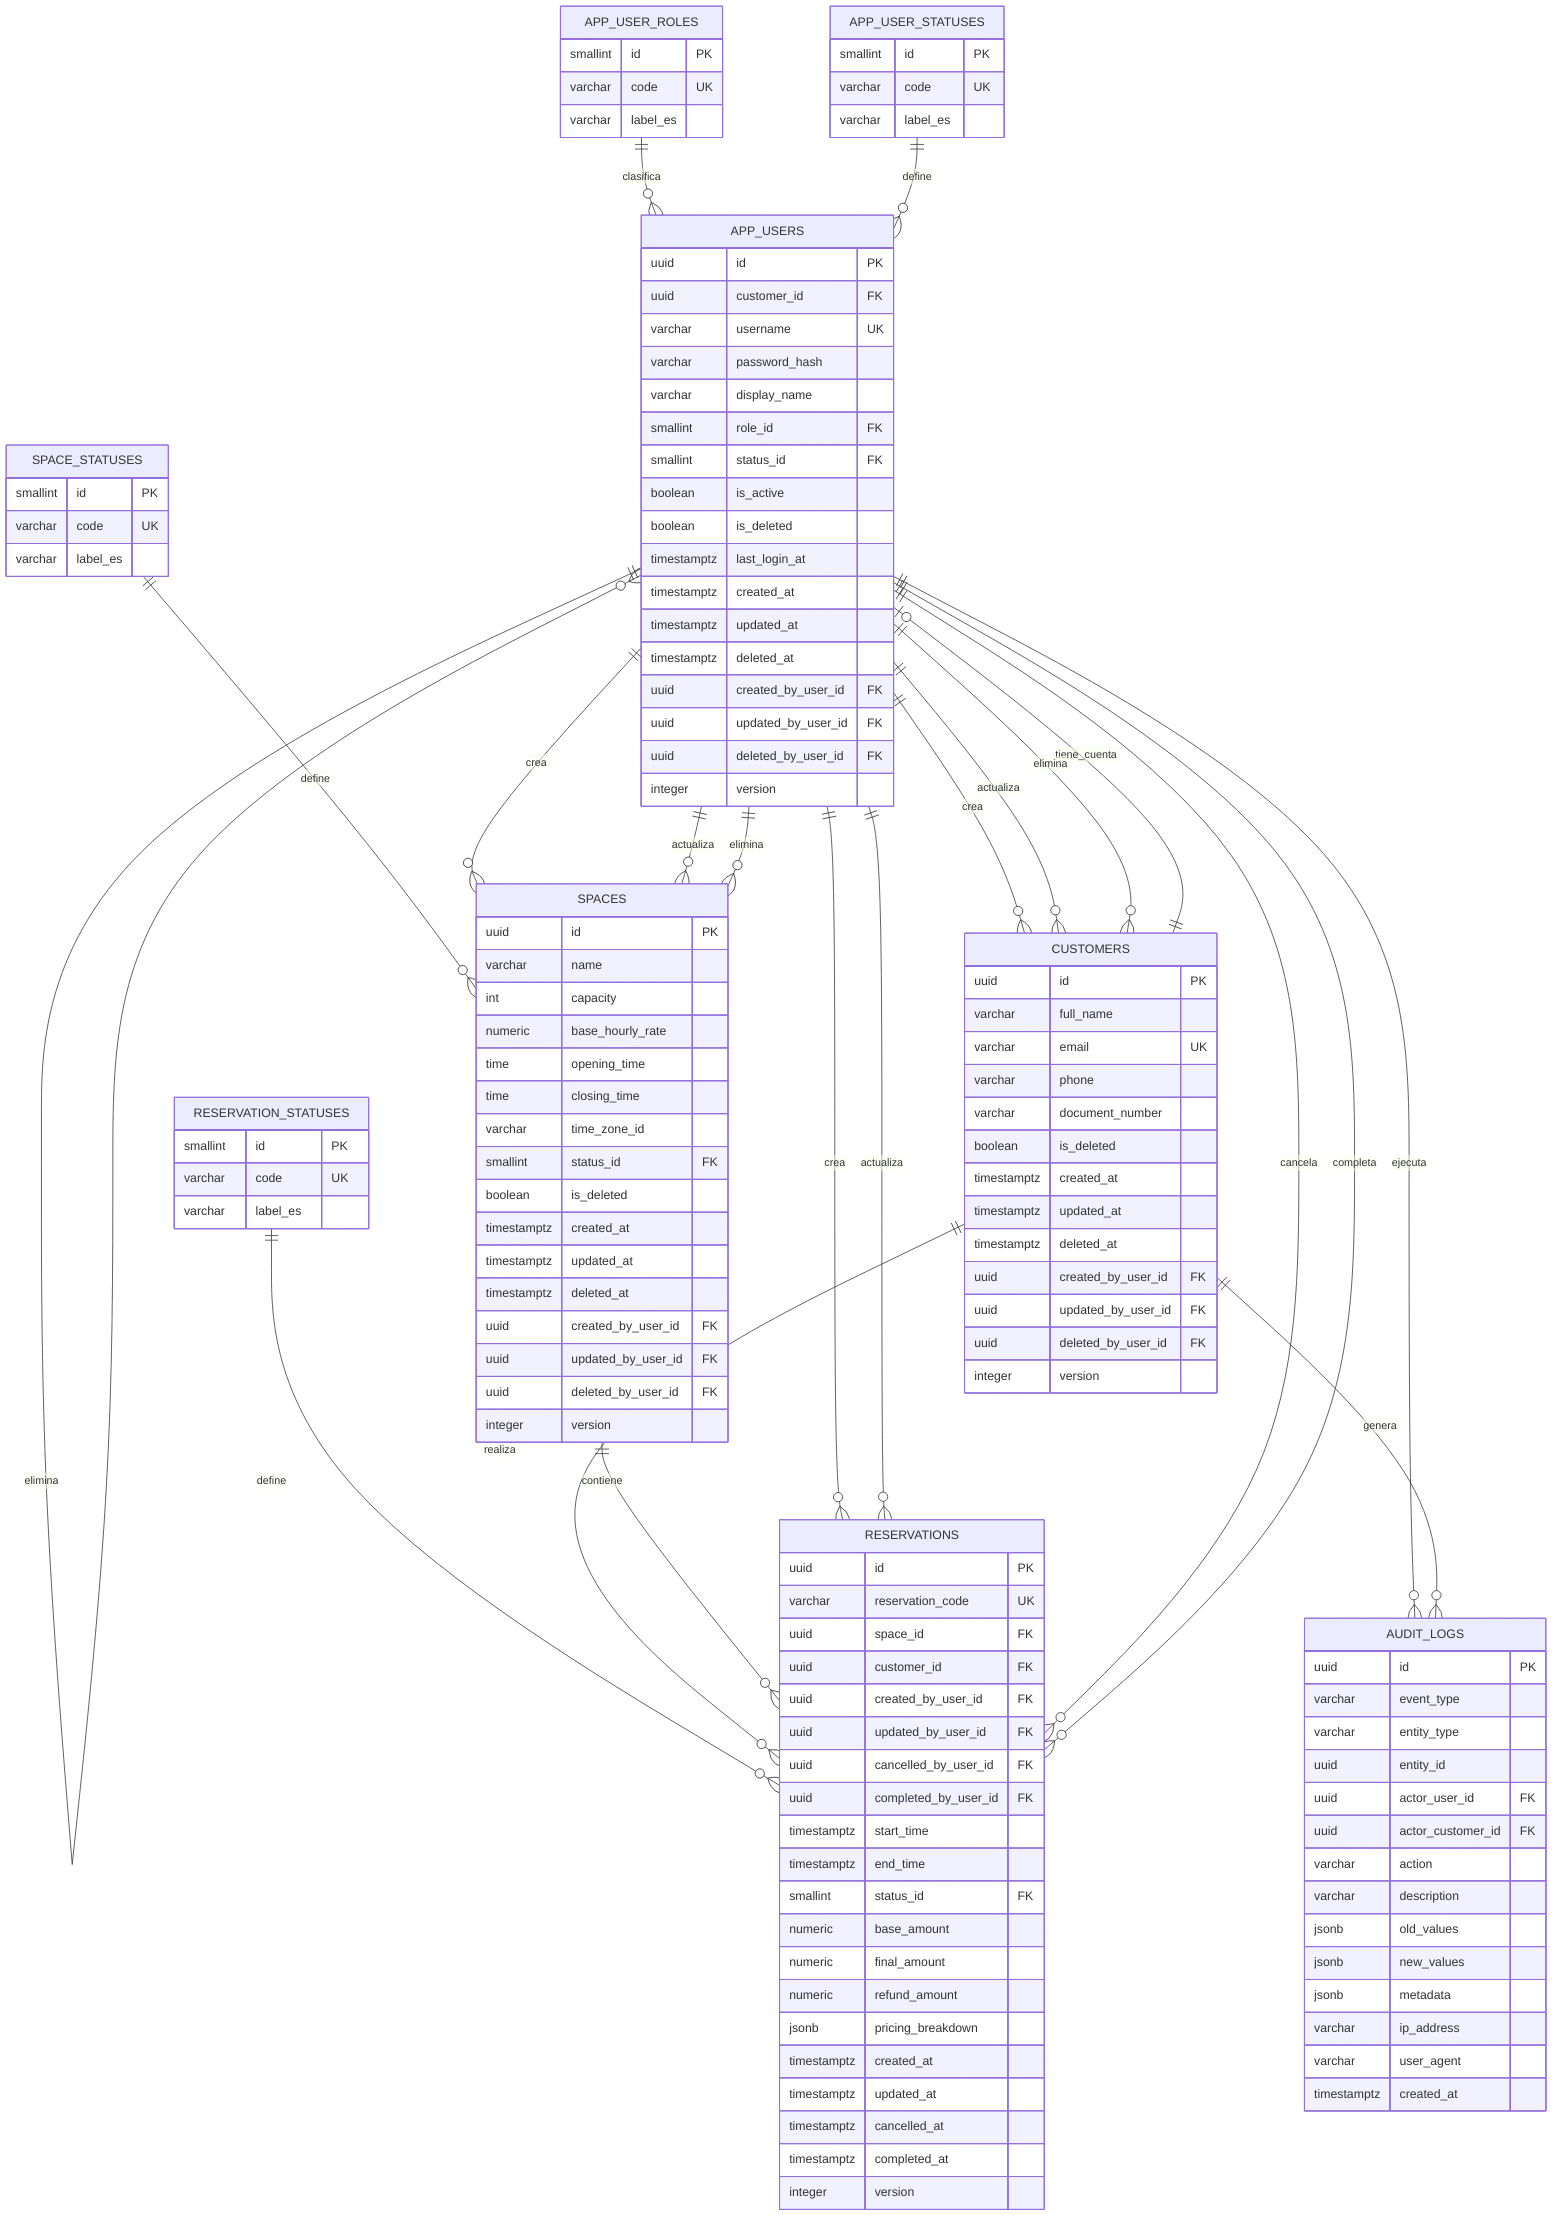
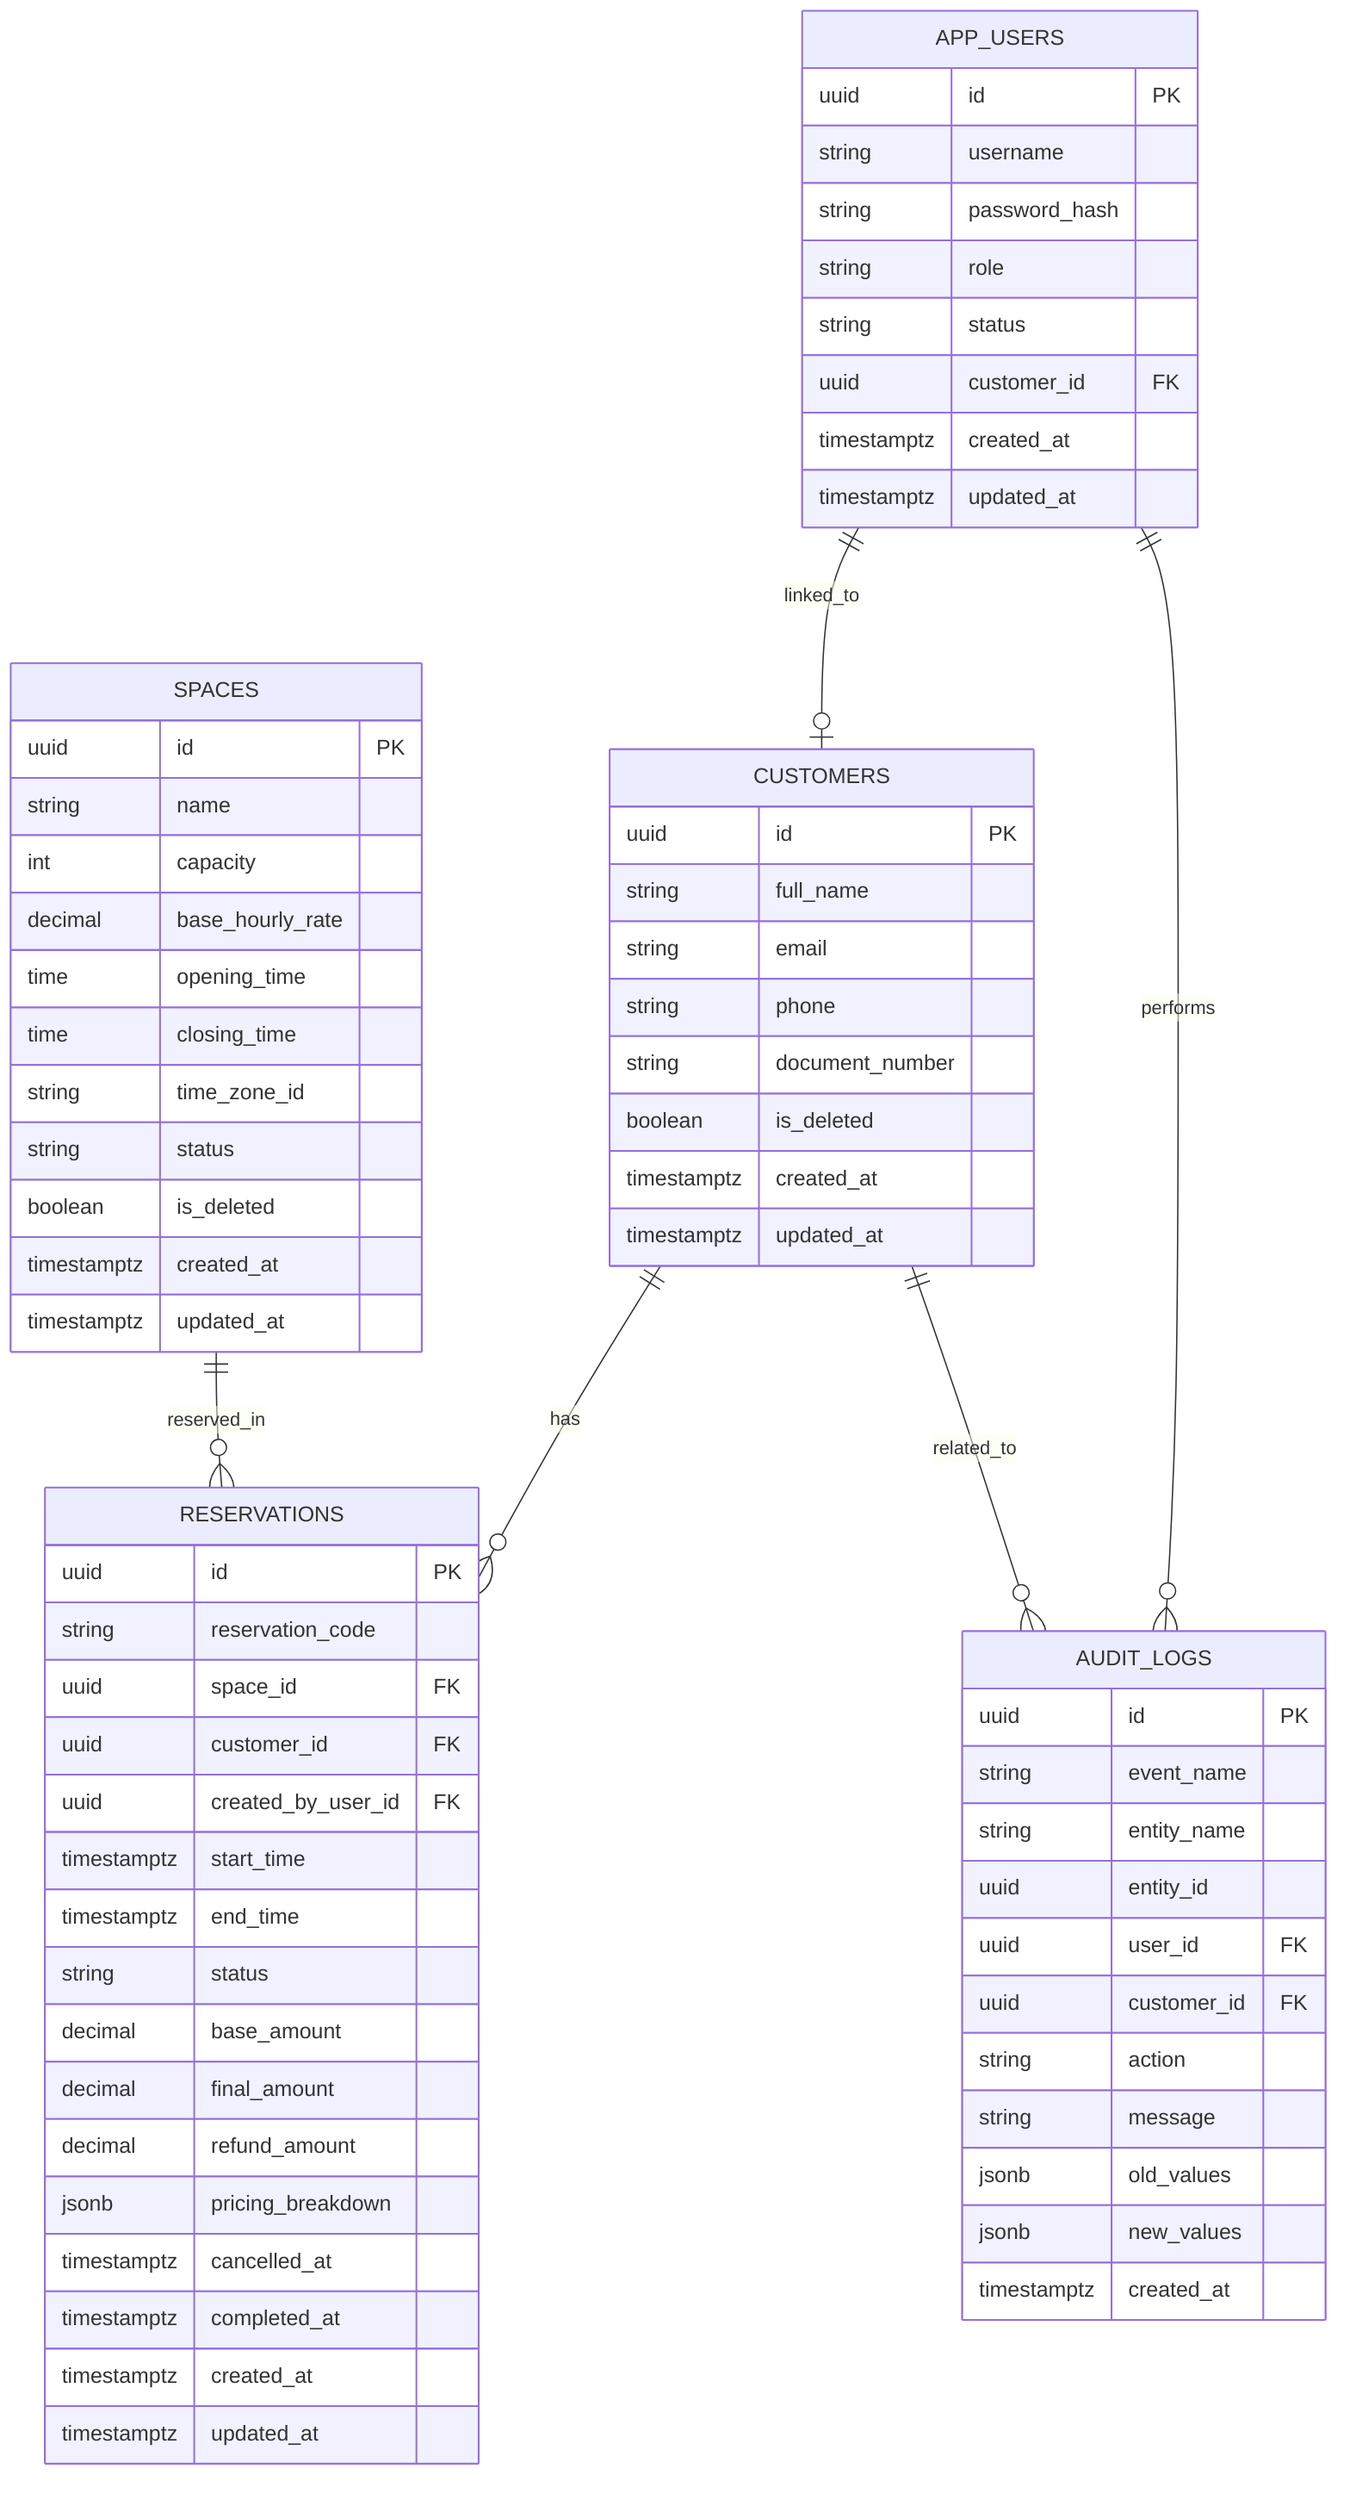
erDiagram
-     APP_USER_ROLES {
-         smallint id PK
-         varchar code UK
-         varchar label_es
-     }
- 
-     APP_USER_STATUSES {
-         smallint id PK
-         varchar code UK
-         varchar label_es
-     }
- 
-     SPACE_STATUSES {
-         smallint id PK
-         varchar code UK
-         varchar label_es
-     }
- 
-     RESERVATION_STATUSES {
-         smallint id PK
-         varchar code UK
-         varchar label_es
-     }
+     APP_USERS ||--o| CUSTOMERS : "linked_to"
+     CUSTOMERS ||--o{ RESERVATIONS : "has"
+     SPACES ||--o{ RESERVATIONS : "reserved_in"
+     APP_USERS ||--o{ AUDIT_LOGS : "performs"
+     CUSTOMERS ||--o{ AUDIT_LOGS : "related_to"

    APP_USERS {
        uuid id PK
+         string username
+         string password_hash
+         string role
+         string status
        uuid customer_id FK
-         varchar username UK
-         varchar password_hash
-         varchar display_name
-         smallint role_id FK
-         smallint status_id FK
-         boolean is_active
-         boolean is_deleted
-         timestamptz last_login_at
        timestamptz created_at
        timestamptz updated_at
-         timestamptz deleted_at
-         uuid created_by_user_id FK
-         uuid updated_by_user_id FK
-         uuid deleted_by_user_id FK
-         integer version
    }

    CUSTOMERS {
        uuid id PK
-         varchar full_name
-         varchar email UK
-         varchar phone
-         varchar document_number
+         string full_name
+         string email
+         string phone
+         string document_number
        boolean is_deleted
        timestamptz created_at
        timestamptz updated_at
-         timestamptz deleted_at
-         uuid created_by_user_id FK
-         uuid updated_by_user_id FK
-         uuid deleted_by_user_id FK
-         integer version
    }

    SPACES {
        uuid id PK
-         varchar name
+         string name
        int capacity
-         numeric base_hourly_rate
+         decimal base_hourly_rate
        time opening_time
        time closing_time
-         varchar time_zone_id
-         smallint status_id FK
+         string time_zone_id
+         string status
        boolean is_deleted
        timestamptz created_at
        timestamptz updated_at
-         timestamptz deleted_at
-         uuid created_by_user_id FK
-         uuid updated_by_user_id FK
-         uuid deleted_by_user_id FK
-         integer version
    }

    RESERVATIONS {
        uuid id PK
-         varchar reservation_code UK
+         string reservation_code
        uuid space_id FK
        uuid customer_id FK
        uuid created_by_user_id FK
-         uuid updated_by_user_id FK
-         uuid cancelled_by_user_id FK
-         uuid completed_by_user_id FK
        timestamptz start_time
        timestamptz end_time
-         smallint status_id FK
-         numeric base_amount
-         numeric final_amount
-         numeric refund_amount
+         string status
+         decimal base_amount
+         decimal final_amount
+         decimal refund_amount
        jsonb pricing_breakdown
+         timestamptz cancelled_at
+         timestamptz completed_at
        timestamptz created_at
        timestamptz updated_at
-         timestamptz cancelled_at
-         timestamptz completed_at
-         integer version
    }

    AUDIT_LOGS {
        uuid id PK
-         varchar event_type
-         varchar entity_type
+         string event_name
+         string entity_name
        uuid entity_id
-         uuid actor_user_id FK
-         uuid actor_customer_id FK
-         varchar action
-         varchar description
+         uuid user_id FK
+         uuid customer_id FK
+         string action
+         string message
        jsonb old_values
        jsonb new_values
-         jsonb metadata
-         varchar ip_address
-         varchar user_agent
        timestamptz created_at
    }
- 
-     APP_USER_ROLES ||--o{ APP_USERS : clasifica
-     APP_USER_STATUSES ||--o{ APP_USERS : define
- 
-     SPACE_STATUSES ||--o{ SPACES : define
-     RESERVATION_STATUSES ||--o{ RESERVATIONS : define
- 
-     CUSTOMERS ||--o| APP_USERS : tiene_cuenta
- 
-     APP_USERS ||--o{ APP_USERS : crea
-     APP_USERS ||--o{ APP_USERS : actualiza
-     APP_USERS ||--o{ APP_USERS : elimina
- 
-     APP_USERS ||--o{ CUSTOMERS : crea
-     APP_USERS ||--o{ CUSTOMERS : actualiza
-     APP_USERS ||--o{ CUSTOMERS : elimina
- 
-     APP_USERS ||--o{ SPACES : crea
-     APP_USERS ||--o{ SPACES : actualiza
-     APP_USERS ||--o{ SPACES : elimina
- 
-     CUSTOMERS ||--o{ RESERVATIONS : realiza
-     SPACES ||--o{ RESERVATIONS : contiene
- 
-     APP_USERS ||--o{ RESERVATIONS : crea
-     APP_USERS ||--o{ RESERVATIONS : actualiza
-     APP_USERS ||--o{ RESERVATIONS : cancela
-     APP_USERS ||--o{ RESERVATIONS : completa
- 
-     APP_USERS ||--o{ AUDIT_LOGS : ejecuta
-     CUSTOMERS ||--o{ AUDIT_LOGS : genera